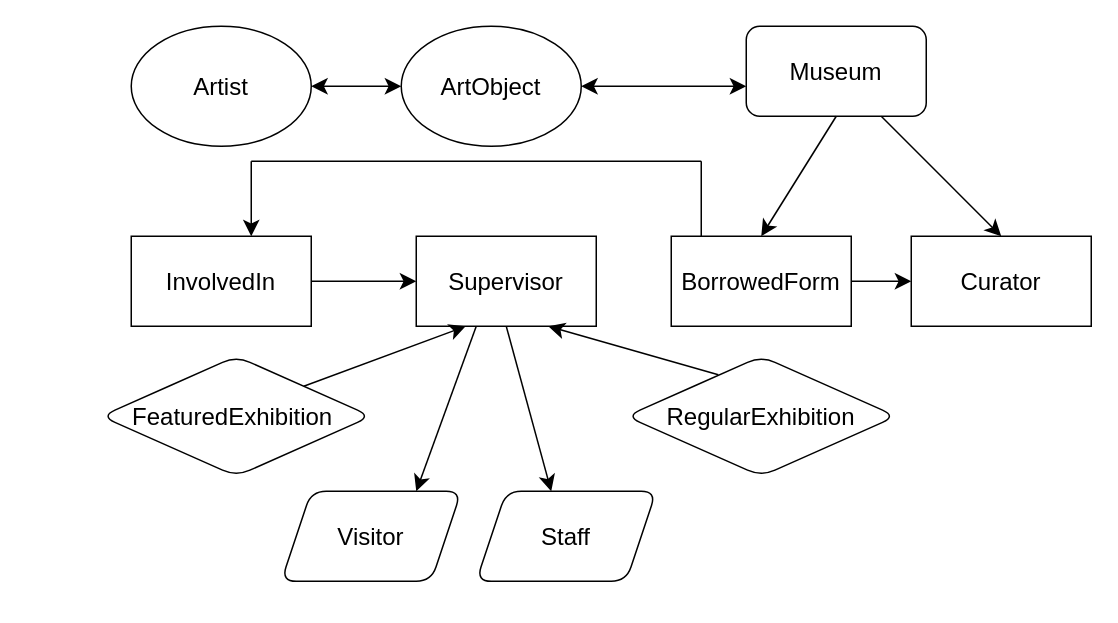
This is 未命名绘图.drawio from QingyangZeng-121/Football_assignment, a draw.io file, before an edit. Source tidied: cells renumbered, new cells numbered last; positions are measured from the earlier drawing's top-left corner, leaving out a move shared by most shapes. Both pictures are drawn from the tidied source at 150%, with x=0, y=0 at pixel (100, 26).
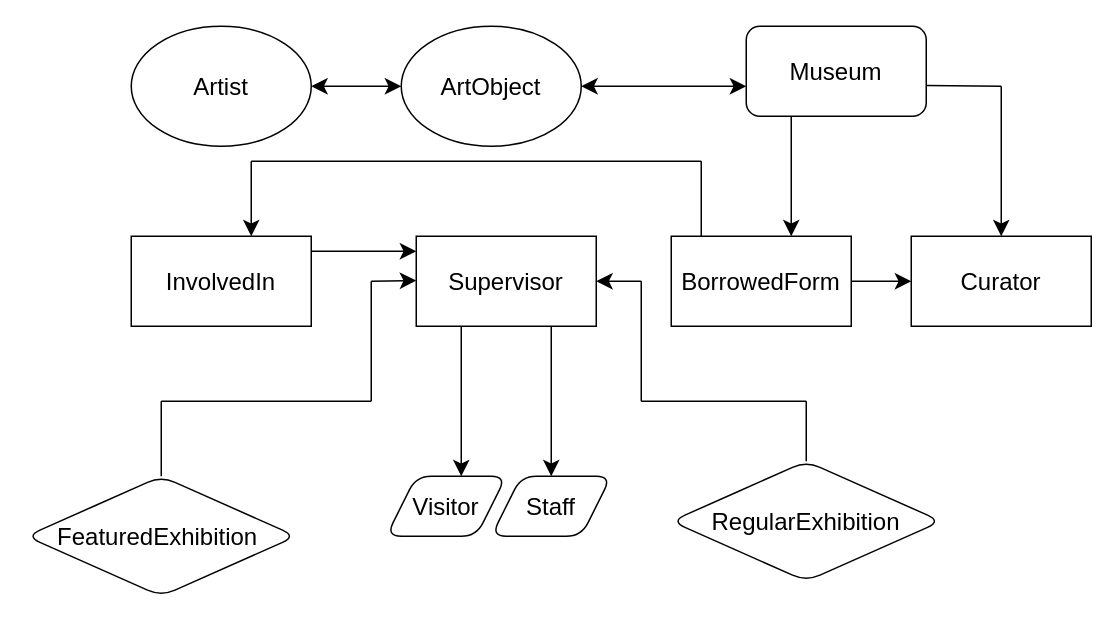
Above is the later version.

Commit message:
更新未命名绘图.drawio

Unchanged cells that the change refers to:
```xml
<mxCell id="3" value="Museum" style="rounded=1;whiteSpace=wrap;html=1;fontSize=16;" parent="1" vertex="1">
  <mxGeometry x="430" width="120" height="60" as="geometry" />
</mxCell>
<mxCell id="6" value="Curator" style="rounded=0;whiteSpace=wrap;html=1;fontSize=16;" parent="1" vertex="1">
  <mxGeometry x="540" y="140" width="120" height="60" as="geometry" />
</mxCell>
<mxCell id="7" value="Supervisor" style="rounded=0;whiteSpace=wrap;html=1;fontSize=16;" parent="1" vertex="1">
  <mxGeometry x="210" y="140" width="120" height="60" as="geometry" />
</mxCell>
<mxCell id="8" value="InvolvedIn" style="rounded=0;whiteSpace=wrap;html=1;fontSize=16;" parent="1" vertex="1">
  <mxGeometry x="20" y="140" width="120" height="60" as="geometry" />
</mxCell>
<mxCell id="11" value="BorrowedForm" style="rounded=0;whiteSpace=wrap;html=1;fontSize=16;" parent="1" vertex="1">
  <mxGeometry x="380" y="140" width="120" height="60" as="geometry" />
</mxCell>
```

The edit, as a diff of the source:
```diff
@@
     <mxCell id="4" value="FeaturedExhibition&amp;nbsp;" style="rhombus;whiteSpace=wrap;html=1;rounded=1;fontSize=16;" parent="1" vertex="1">
-      <mxGeometry y="220" width="180" height="80" as="geometry" />
+      <mxGeometry x="-50" y="300" width="180" height="80" as="geometry" />
     </mxCell>
     <mxCell id="5" value="RegularExhibition" style="rhombus;whiteSpace=wrap;html=1;rounded=1;fontSize=16;" parent="1" vertex="1">
-      <mxGeometry x="350" y="220" width="180" height="80" as="geometry" />
+      <mxGeometry x="380" y="290" width="180" height="80" as="geometry" />
     </mxCell>
@@
     <mxCell id="9" value="Staff" style="shape=parallelogram;perimeter=parallelogramPerimeter;whiteSpace=wrap;html=1;fixedSize=1;rounded=1;fontSize=16;" parent="1" vertex="1">
-      <mxGeometry x="250" y="310" width="120" height="60" as="geometry" />
+      <mxGeometry x="260" y="300" width="80" height="40" as="geometry" />
     </mxCell>
     <mxCell id="10" value="Visitor" style="shape=parallelogram;perimeter=parallelogramPerimeter;whiteSpace=wrap;html=1;fixedSize=1;rounded=1;fontSize=16;" parent="1" vertex="1">
-      <mxGeometry x="120" y="310" width="120" height="60" as="geometry" />
+      <mxGeometry x="190" y="300" width="80" height="40" as="geometry" />
     </mxCell>
@@
-    <mxCell id="14" style="endArrow=classic;html=1;rounded=1;fontSize=12;startSize=8;endSize=8;curved=1;entryX=0.5;entryY=0;entryDx=0;entryDy=0;exitX=0.75;exitY=1;exitDx=0;exitDy=0;" parent="1" edge="1" source="3" target="6">
-      <mxGeometry relative="1" as="geometry" />
+    <mxCell id="14" style="endArrow=classic;html=1;rounded=1;fontSize=12;startSize=8;endSize=8;curved=1;entryX=0.5;entryY=0;entryDx=0;entryDy=0;" parent="1" edge="1" target="6">
+      <mxGeometry relative="1" as="geometry">
+        <mxPoint x="600" y="40" as="sourcePoint" />
+      </mxGeometry>
     </mxCell>
-    <mxCell id="15" style="endArrow=none;html=1;rounded=1;fontSize=12;startSize=8;endSize=8;curved=1;exitX=0.5;exitY=0;exitDx=0;exitDy=0;endFill=0;startArrow=classic;startFill=1;entryX=0.5;entryY=1;entryDx=0;entryDy=0;" parent="1" edge="1" source="11" target="3">
-      <mxGeometry relative="1" as="geometry" />
+    <mxCell id="15" style="endArrow=none;html=1;rounded=1;fontSize=12;startSize=8;endSize=8;curved=1;exitX=0.5;exitY=0;exitDx=0;exitDy=0;endFill=0;startArrow=classic;startFill=1;" parent="1" edge="1">
+      <mxGeometry relative="1" as="geometry">
+        <mxPoint x="460" y="140" as="sourcePoint" />
+        <mxPoint x="460" y="60" as="targetPoint" />
+      </mxGeometry>
     </mxCell>
@@
-    <mxCell id="17" style="endArrow=classic;html=1;rounded=1;fontSize=12;startSize=8;endSize=8;curved=1;" parent="1" edge="1" source="8">
+    <mxCell id="17" style="endArrow=classic;html=1;rounded=1;fontSize=12;startSize=8;endSize=8;curved=1;" parent="1" edge="1">
       <mxGeometry relative="1" as="geometry">
-        <mxPoint x="210" y="170" as="targetPoint" />
+        <mxPoint x="140" y="150" as="sourcePoint" />
+        <mxPoint x="210" y="150" as="targetPoint" />
       </mxGeometry>
     </mxCell>
@@
-    <mxCell id="19" style="endArrow=classic;html=1;rounded=1;fontSize=12;startSize=8;endSize=8;curved=1;exitX=1;exitY=0;exitDx=0;exitDy=0;" parent="1" edge="1" source="4">
-      <mxGeometry relative="1" as="geometry">
-        <mxPoint x="243" y="200" as="targetPoint" />
-      </mxGeometry>
-    </mxCell>
-    <mxCell id="20" style="endArrow=classic;html=1;rounded=1;fontSize=12;startSize=8;endSize=8;curved=1;exitX=0.341;exitY=0.154;exitDx=0;exitDy=0;exitPerimeter=0;" parent="1" edge="1" source="5">
-      <mxGeometry relative="1" as="geometry">
-        <mxPoint x="298" y="200" as="targetPoint" />
-      </mxGeometry>
-    </mxCell>
-    <mxCell id="21" style="endArrow=none;html=1;rounded=1;fontSize=12;startSize=8;endSize=8;curved=1;entryX=0.5;entryY=1;entryDx=0;entryDy=0;startArrow=classic;startFill=1;endFill=0;" parent="1" edge="1">
+    <mxCell id="21" style="endArrow=none;html=1;rounded=1;fontSize=12;startSize=8;endSize=8;curved=1;entryX=0.25;entryY=1;entryDx=0;entryDy=0;startArrow=classic;startFill=1;endFill=0;" parent="1" edge="1" target="7">
       <mxGeometry relative="1" as="geometry">
-        <mxPoint x="210" y="310" as="sourcePoint" />
-        <mxPoint x="250" y="200" as="targetPoint" />
+        <mxPoint x="240" y="300" as="sourcePoint" />
       </mxGeometry>
     </mxCell>
-    <mxCell id="22" style="endArrow=none;html=1;rounded=1;fontSize=12;startSize=8;endSize=8;curved=1;entryX=0.5;entryY=1;entryDx=0;entryDy=0;startArrow=classic;startFill=1;endFill=0;" parent="1" edge="1" target="7">
+    <mxCell id="22" style="endArrow=none;html=1;rounded=1;fontSize=12;startSize=8;endSize=8;curved=1;entryX=0.75;entryY=1;entryDx=0;entryDy=0;startArrow=classic;startFill=1;endFill=0;" parent="1" edge="1" target="7">
       <mxGeometry relative="1" as="geometry">
-        <mxPoint x="300" y="310" as="sourcePoint" />
+        <mxPoint x="300" y="300" as="sourcePoint" />
       </mxGeometry>
     </mxCell>
@@
+    <mxCell id="26" style="endArrow=none;html=1;rounded=1;fontSize=12;startSize=8;endSize=8;curved=1;startArrow=classic;startFill=1;" parent="1" edge="1">
+      <mxGeometry relative="1" as="geometry">
+        <mxPoint x="330" y="170" as="sourcePoint" />
+        <mxPoint x="360" y="170" as="targetPoint" />
+      </mxGeometry>
+    </mxCell>
+    <mxCell id="27" style="endArrow=none;html=1;rounded=1;fontSize=12;startSize=8;endSize=8;curved=1;" parent="1" edge="1" source="5">
+      <mxGeometry relative="1" as="geometry">
+        <mxPoint x="470" y="250" as="targetPoint" />
+      </mxGeometry>
+    </mxCell>
+    <mxCell id="28" style="endArrow=none;html=1;rounded=1;fontSize=12;startSize=8;endSize=8;curved=1;" parent="1" edge="1">
+      <mxGeometry relative="1" as="geometry">
+        <mxPoint x="360" y="250" as="sourcePoint" />
+        <mxPoint x="360" y="170" as="targetPoint" />
+      </mxGeometry>
+    </mxCell>
+    <mxCell id="29" style="endArrow=none;html=1;rounded=1;fontSize=12;startSize=8;endSize=8;curved=1;" parent="1" edge="1">
+      <mxGeometry relative="1" as="geometry">
+        <mxPoint x="360" y="250" as="sourcePoint" />
+        <mxPoint x="470" y="250" as="targetPoint" />
+      </mxGeometry>
+    </mxCell>
+    <mxCell id="30" style="endArrow=classic;html=1;rounded=1;fontSize=12;startSize=8;endSize=8;curved=1;startArrow=none;startFill=0;endFill=1;" parent="1" edge="1">
+      <mxGeometry relative="1" as="geometry">
+        <mxPoint x="180" y="170" as="sourcePoint" />
+        <mxPoint x="210" y="169.5" as="targetPoint" />
+      </mxGeometry>
+    </mxCell>
+    <mxCell id="31" style="endArrow=none;html=1;rounded=1;fontSize=12;startSize=8;endSize=8;curved=1;" parent="1" edge="1">
+      <mxGeometry relative="1" as="geometry">
+        <mxPoint x="180" y="250" as="sourcePoint" />
+        <mxPoint x="180" y="170" as="targetPoint" />
+      </mxGeometry>
+    </mxCell>
+    <mxCell id="32" style="endArrow=none;html=1;rounded=1;fontSize=12;startSize=8;endSize=8;curved=1;" parent="1" edge="1">
+      <mxGeometry relative="1" as="geometry">
+        <mxPoint x="40" y="250" as="sourcePoint" />
+        <mxPoint x="180" y="250" as="targetPoint" />
+      </mxGeometry>
+    </mxCell>
+    <mxCell id="33" style="endArrow=none;html=1;rounded=1;fontSize=12;startSize=8;endSize=8;curved=1;exitX=0.5;exitY=0;exitDx=0;exitDy=0;" parent="1" edge="1" source="4">
+      <mxGeometry relative="1" as="geometry">
+        <mxPoint x="40" y="250" as="targetPoint" />
+      </mxGeometry>
+    </mxCell>
+    <mxCell id="34" style="endArrow=none;html=1;rounded=1;fontSize=12;startSize=8;endSize=8;curved=1;" parent="1" edge="1">
+      <mxGeometry relative="1" as="geometry">
+        <mxPoint x="550" y="39.5" as="sourcePoint" />
+        <mxPoint x="600" y="40" as="targetPoint" />
+      </mxGeometry>
+    </mxCell>
```
